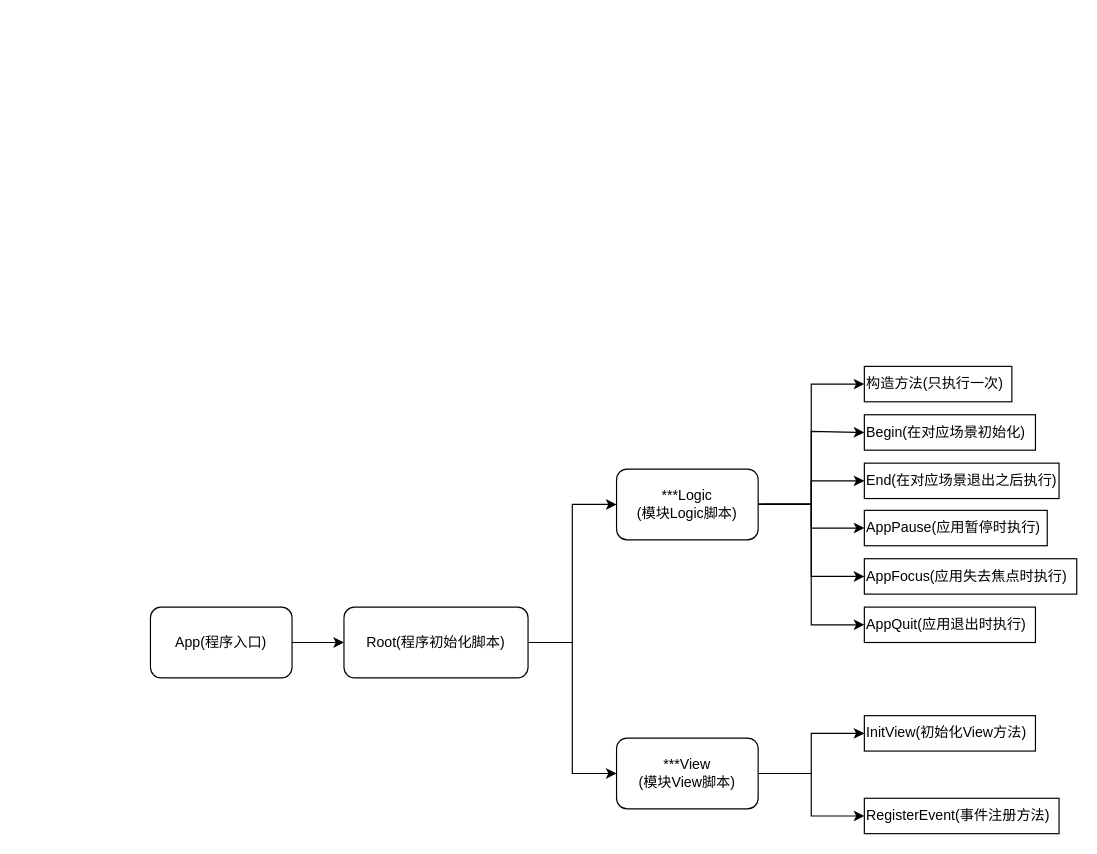
Above: page "App流程图" (1 of 2) of 框架设计流程图.drawio in Josh-Jun/UnityAppFramework (draw.io), before the change. Source tidied: cells renumbered, new cells numbered last; positions are measured from the earlier drawing's top-left corner, leaving out a move shared by most shapes. Both pictures are drawn from the tidied source at 118%, with x=0, y=0 at pixel (150, 366).
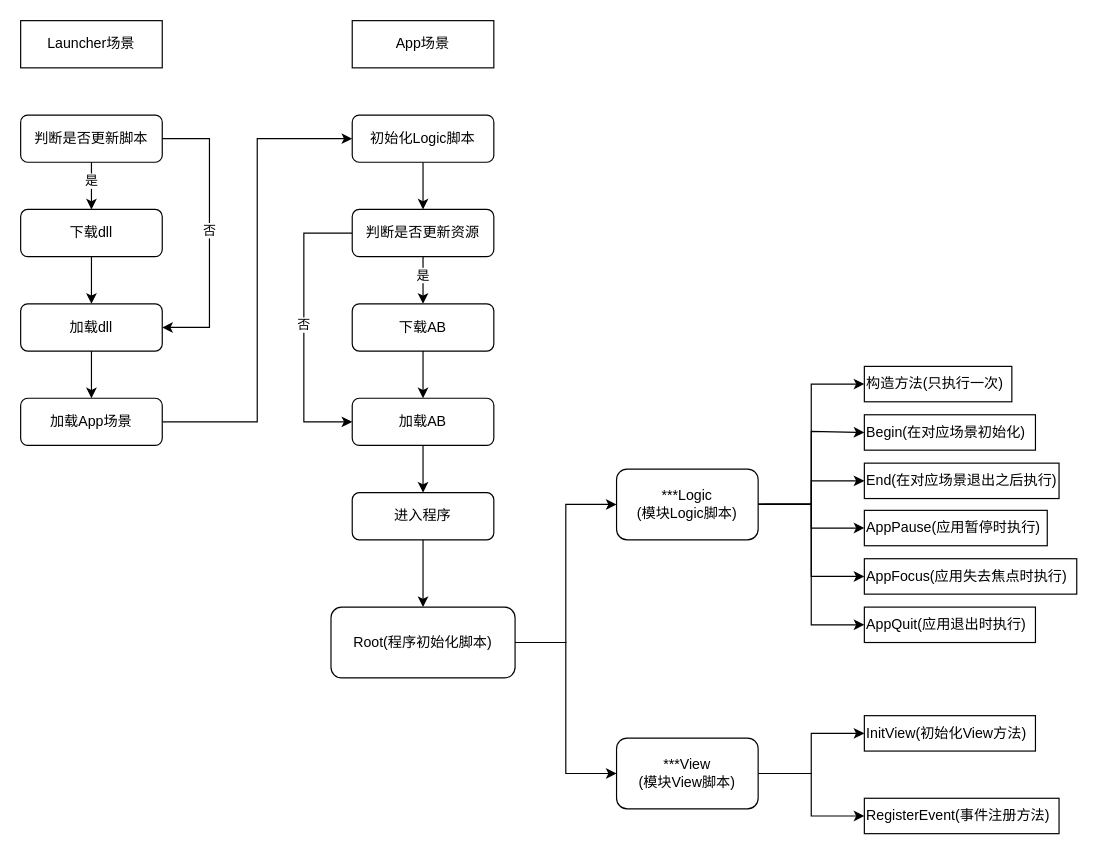
The same page after the edit.

Commit message:
fix：更新框架设计流程图

The edit, as a diff of the source:
```diff
@@
-    <mxCell id="2" style="edgeStyle=orthogonalEdgeStyle;rounded=0;jettySize=auto;html=1;" parent="1" edge="1" source="3" target="6">
-      <mxGeometry relative="1" as="geometry" />
-    </mxCell>
-    <mxCell id="3" value="App(程序入口)" style="rounded=1;whiteSpace=wrap;html=1;" parent="1" vertex="1">
-      <mxGeometry y="204" width="120" height="60" as="geometry" />
-    </mxCell>
@@
     <mxCell id="6" value="Root(程序初始化脚本)" style="whiteSpace=wrap;html=1;rounded=1;" parent="1" vertex="1">
-      <mxGeometry x="164" y="204" width="156" height="60" as="geometry" />
+      <mxGeometry x="153" y="204" width="156" height="60" as="geometry" />
     </mxCell>
@@
+    <mxCell id="25" value="Launcher场景" style="rounded=0;whiteSpace=wrap;html=1;" parent="1" vertex="1">
+      <mxGeometry x="-110" y="-293" width="120" height="40" as="geometry" />
+    </mxCell>
+    <mxCell id="26" value="App场景" style="rounded=0;whiteSpace=wrap;html=1;" parent="1" vertex="1">
+      <mxGeometry x="171" y="-293" width="120" height="40" as="geometry" />
+    </mxCell>
+    <mxCell id="27" style="edgeStyle=orthogonalEdgeStyle;rounded=0;jettySize=auto;html=1;entryX=1;entryY=0.5;entryDx=0;entryDy=0;exitX=1;exitY=0.5;exitDx=0;exitDy=0;" parent="1" edge="1" source="31" target="35">
+      <mxGeometry relative="1" as="geometry">
+        <Array as="points">
+          <mxPoint x="50" y="-193" />
+          <mxPoint x="50" y="-33" />
+        </Array>
+      </mxGeometry>
+    </mxCell>
+    <mxCell id="28" value="否" style="edgeLabel;html=1;align=center;verticalAlign=middle;" parent="27" vertex="1">
+      <mxGeometry x="-0.14" y="-1" relative="1" as="geometry">
+        <mxPoint y="14" as="offset" />
+      </mxGeometry>
+    </mxCell>
+    <mxCell id="29" style="edgeStyle=orthogonalEdgeStyle;rounded=0;jettySize=auto;html=1;entryX=0.5;entryY=0;entryDx=0;entryDy=0;" parent="1" edge="1" source="31" target="33">
+      <mxGeometry relative="1" as="geometry" />
+    </mxCell>
+    <mxCell id="30" value="是" style="edgeLabel;html=1;align=center;verticalAlign=middle;" parent="29" vertex="1">
+      <mxGeometry x="-0.23" y="-1" relative="1" as="geometry" />
+    </mxCell>
+    <mxCell id="31" value="&lt;div style=&quot;&quot;&gt;判断是否更新脚本&lt;/div&gt;" style="rounded=1;whiteSpace=wrap;html=1;align=center;" parent="1" vertex="1">
+      <mxGeometry x="-110" y="-213" width="120" height="40" as="geometry" />
+    </mxCell>
+    <mxCell id="32" style="edgeStyle=orthogonalEdgeStyle;rounded=0;jettySize=auto;html=1;entryX=0.5;entryY=0;entryDx=0;entryDy=0;" parent="1" edge="1" source="33" target="35">
+      <mxGeometry relative="1" as="geometry" />
+    </mxCell>
+    <mxCell id="33" value="&lt;div style=&quot;&quot;&gt;下载dll&lt;/div&gt;" style="rounded=1;whiteSpace=wrap;html=1;align=center;" parent="1" vertex="1">
+      <mxGeometry x="-110" y="-133" width="120" height="40" as="geometry" />
+    </mxCell>
+    <mxCell id="34" style="edgeStyle=orthogonalEdgeStyle;rounded=0;jettySize=auto;html=1;entryX=0.5;entryY=0;entryDx=0;entryDy=0;" parent="1" edge="1" source="35" target="37">
+      <mxGeometry relative="1" as="geometry" />
+    </mxCell>
+    <mxCell id="35" value="&lt;div style=&quot;&quot;&gt;加载dll&lt;/div&gt;" style="rounded=1;whiteSpace=wrap;html=1;align=center;" parent="1" vertex="1">
+      <mxGeometry x="-110" y="-53" width="120" height="40" as="geometry" />
+    </mxCell>
+    <mxCell id="36" style="edgeStyle=orthogonalEdgeStyle;rounded=0;jettySize=auto;html=1;entryX=0;entryY=0.5;entryDx=0;entryDy=0;" parent="1" edge="1" source="37" target="50">
+      <mxGeometry relative="1" as="geometry" />
+    </mxCell>
+    <mxCell id="37" value="&lt;div style=&quot;&quot;&gt;加载App场景&lt;/div&gt;" style="rounded=1;whiteSpace=wrap;html=1;align=center;" parent="1" vertex="1">
+      <mxGeometry x="-110" y="27" width="120" height="40" as="geometry" />
+    </mxCell>
+    <mxCell id="38" style="edgeStyle=orthogonalEdgeStyle;rounded=0;jettySize=auto;html=1;entryX=0;entryY=0.5;entryDx=0;entryDy=0;exitX=0;exitY=0.5;exitDx=0;exitDy=0;" parent="1" edge="1" source="42" target="46">
+      <mxGeometry relative="1" as="geometry">
+        <Array as="points">
+          <mxPoint x="130" y="-113" />
+          <mxPoint x="130" y="47" />
+        </Array>
+      </mxGeometry>
+    </mxCell>
+    <mxCell id="39" value="否" style="edgeLabel;html=1;align=center;verticalAlign=middle;" parent="38" vertex="1">
+      <mxGeometry x="-0.14" y="-1" relative="1" as="geometry">
+        <mxPoint y="14" as="offset" />
+      </mxGeometry>
+    </mxCell>
+    <mxCell id="40" style="edgeStyle=orthogonalEdgeStyle;rounded=0;jettySize=auto;html=1;entryX=0.5;entryY=0;entryDx=0;entryDy=0;" parent="1" edge="1" source="42" target="44">
+      <mxGeometry relative="1" as="geometry" />
+    </mxCell>
+    <mxCell id="41" value="是" style="edgeLabel;html=1;align=center;verticalAlign=middle;" parent="40" vertex="1">
+      <mxGeometry x="-0.23" y="-1" relative="1" as="geometry" />
+    </mxCell>
+    <mxCell id="42" value="&lt;div style=&quot;&quot;&gt;判断是否更新资源&lt;br&gt;&lt;/div&gt;" style="rounded=1;whiteSpace=wrap;html=1;align=center;" parent="1" vertex="1">
+      <mxGeometry x="171" y="-133" width="120" height="40" as="geometry" />
+    </mxCell>
+    <mxCell id="43" style="edgeStyle=orthogonalEdgeStyle;rounded=0;jettySize=auto;html=1;entryX=0.5;entryY=0;entryDx=0;entryDy=0;" parent="1" edge="1" source="44" target="46">
+      <mxGeometry relative="1" as="geometry" />
+    </mxCell>
+    <mxCell id="44" value="&lt;div style=&quot;&quot;&gt;下载AB&lt;br&gt;&lt;/div&gt;" style="rounded=1;whiteSpace=wrap;html=1;align=center;" parent="1" vertex="1">
+      <mxGeometry x="171" y="-53" width="120" height="40" as="geometry" />
+    </mxCell>
+    <mxCell id="45" style="edgeStyle=orthogonalEdgeStyle;rounded=0;jettySize=auto;html=1;" parent="1" edge="1" source="46" target="48">
+      <mxGeometry relative="1" as="geometry">
+        <Array as="points">
+          <mxPoint x="231" y="27" />
+          <mxPoint x="231" y="27" />
+        </Array>
+      </mxGeometry>
+    </mxCell>
+    <mxCell id="46" value="加载AB" style="rounded=1;whiteSpace=wrap;html=1;align=center;" parent="1" vertex="1">
+      <mxGeometry x="171" y="27" width="120" height="40" as="geometry" />
+    </mxCell>
+    <mxCell id="47" style="edgeStyle=orthogonalEdgeStyle;rounded=0;jettySize=auto;html=1;entryX=0.5;entryY=0;entryDx=0;entryDy=0;" parent="1" edge="1" source="48" target="6">
+      <mxGeometry relative="1" as="geometry" />
+    </mxCell>
+    <mxCell id="48" value="进入程序" style="rounded=1;whiteSpace=wrap;html=1;align=center;" parent="1" vertex="1">
+      <mxGeometry x="171" y="107" width="120" height="40" as="geometry" />
+    </mxCell>
+    <mxCell id="49" style="edgeStyle=orthogonalEdgeStyle;rounded=0;jettySize=auto;html=1;entryX=0.5;entryY=0;entryDx=0;entryDy=0;" parent="1" edge="1" source="50" target="42">
+      <mxGeometry relative="1" as="geometry" />
+    </mxCell>
+    <mxCell id="50" value="初始化Logic脚本" style="rounded=1;whiteSpace=wrap;html=1;align=center;" parent="1" vertex="1">
+      <mxGeometry x="171" y="-213" width="120" height="40" as="geometry" />
+    </mxCell>
```
